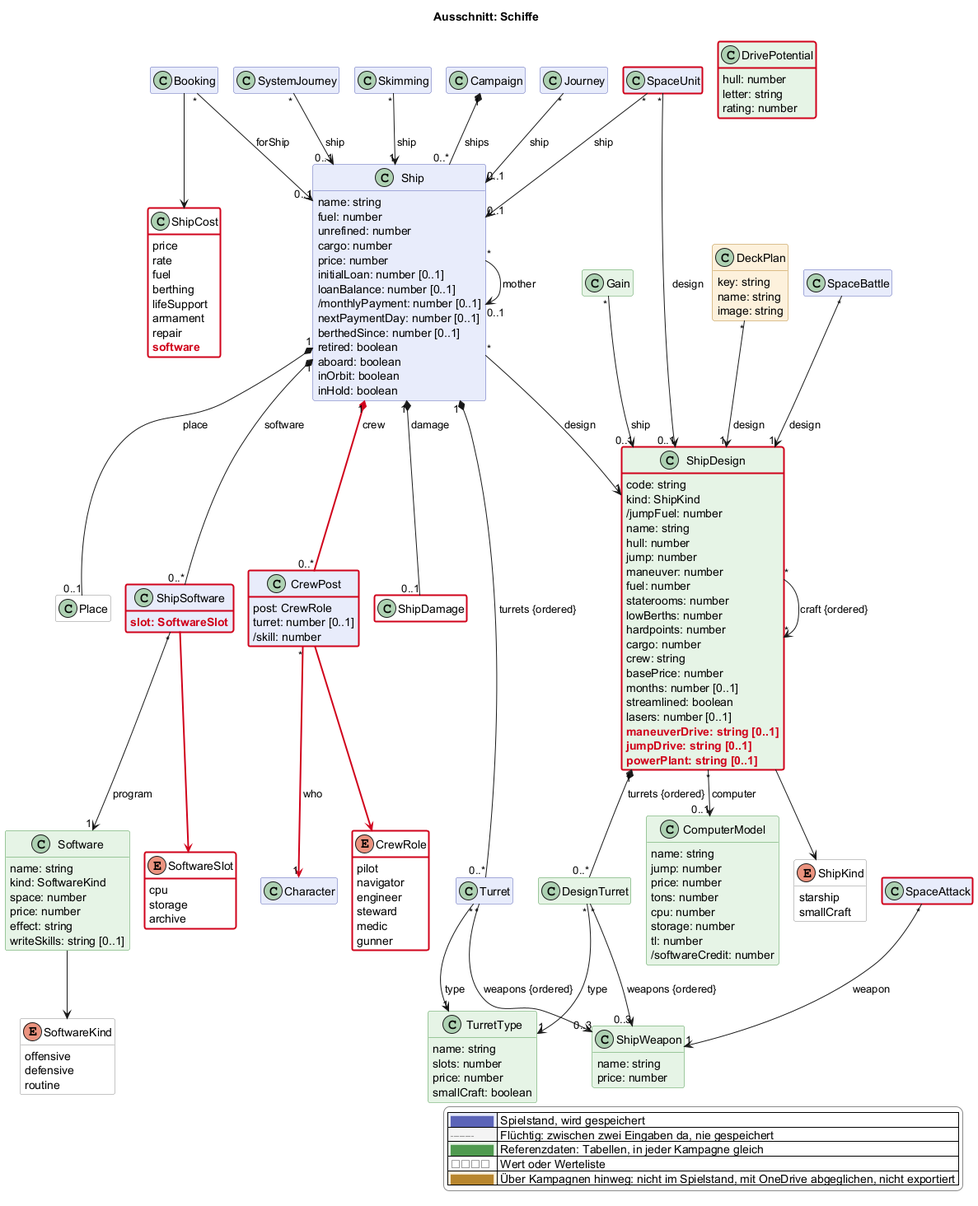
The PlantUML diagram docs/views/schiffe.png in scuzzar/SRE, before a commit.
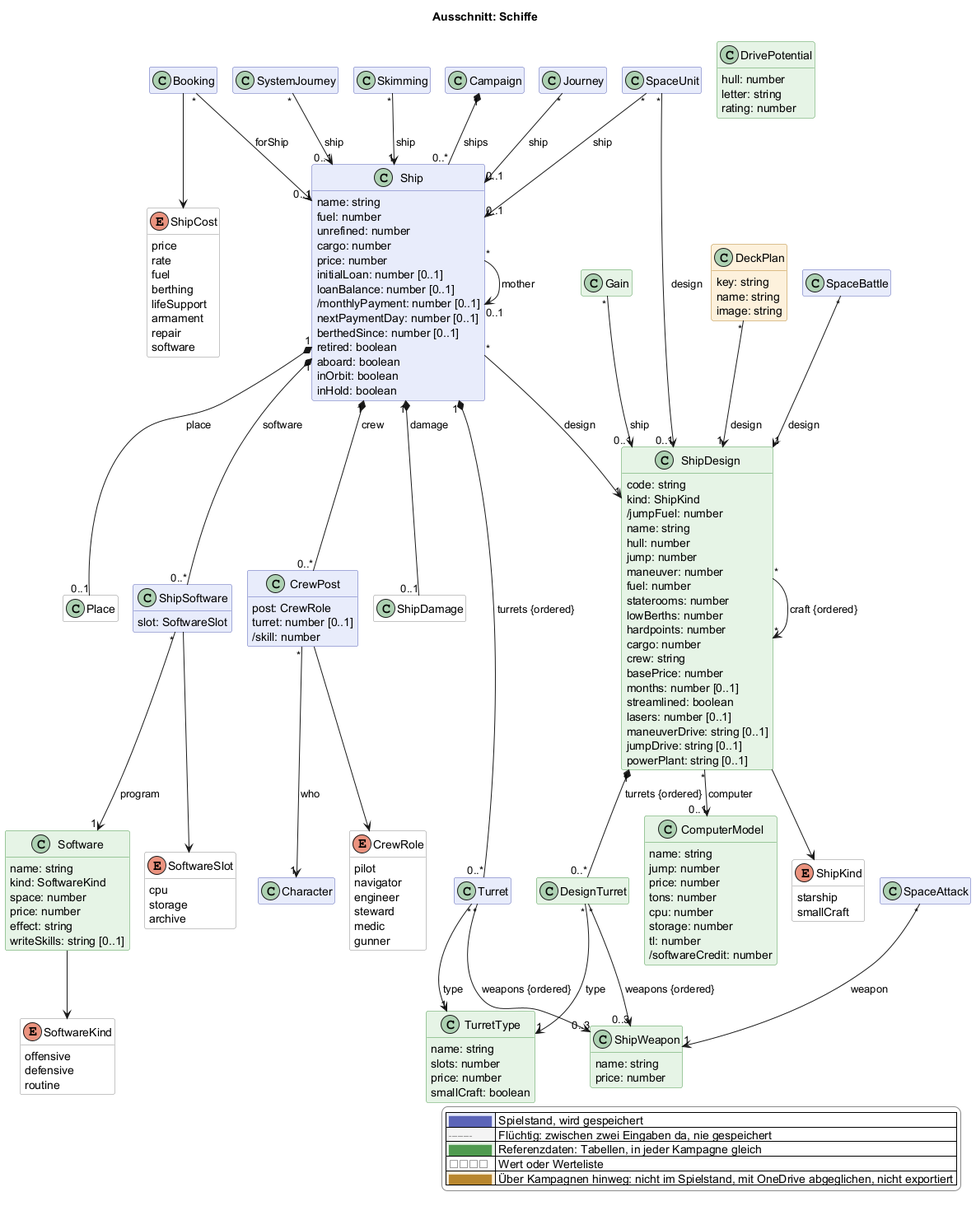
After the change.

What changed in the source:
```diff
@@ -97,22 +97,22 @@
     lifeSupport
     armament
     repair
-    $new("2026-11-22d", "software")
+    software
   }
   class ShipSoftware $schiffe {
-    $new("2026-11-22d", "slot: SoftwareSlot")
+    slot: SoftwareSlot
   }
-  enum SoftwareSlot <<value>> $schiffe $newClass("2026-11-22d") {
+  enum SoftwareSlot <<value>> $schiffe {
     cpu
     storage
     archive
   }
-  class CrewPost $schiffe $newClass("2026-11-22d") {
+  class CrewPost $schiffe {
     post: CrewRole
     turret: number [0..1]
     /skill: number
   }
-  enum CrewRole <<value>> $schiffe $newClass("2026-11-22d") {
+  enum CrewRole <<value>> $schiffe {
     pilot
     navigator
     engineer
@@ -120,7 +120,7 @@
     medic
     gunner
   }
-  class DrivePotential <<reference>> $schiffe $newClass("2026-11-22d") {
+  class DrivePotential <<reference>> $schiffe {
     hull: number
     letter: string
     rating: number
@@ -157,9 +157,9 @@
     months: number [0..1]
     streamlined: boolean
     lasers: number [0..1]
-    $new("2026-11-22d", "maneuverDrive: string [0..1]")
-    $new("2026-11-22d", "jumpDrive: string [0..1]")
-    $new("2026-11-22d", "powerPlant: string [0..1]")
+    maneuverDrive: string [0..1]
+    jumpDrive: string [0..1]
+    powerPlant: string [0..1]
   }
   enum ShipKind <<value>> $schiffe {
     starship
@@ -217,10 +217,10 @@
 Ship "1" *-- "0..*" ShipSoftware : software
 Ship "1" *-- "0..1" Place : place
 ShipSoftware "*" --> "1" Software : program
-ShipSoftware -$newArrow("2026-11-22d")-> SoftwareSlot
-Ship "1" *-$newArrow("2026-11-22d")- "0..*" CrewPost : crew
-CrewPost "*" -$newArrow("2026-11-22d")-> "1" Character : who
-CrewPost -$newArrow("2026-11-22d")-> CrewRole
+ShipSoftware --> SoftwareSlot
+Ship "1" *-- "0..*" CrewPost : crew
+CrewPost "*" --> "1" Character : who
+CrewPost --> CrewRole
 Ship "1" *-- "0..*" Turret : turrets {ordered}
 Turret "*" --> "1" TurretType : type
 Turret "*" --> "0..3" ShipWeapon : weapons {ordered}
@@ -265,10 +265,4 @@
   |<#ffffff> <color:#8a8a8a>□□□□</color> | Wert oder Werteliste |
   |<#fdf1dc> <color:#b8862e>████</color> | Über Kampagnen hinweg: nicht im Spielstand, mit OneDrive abgeglichen, nicht exportiert |
 endlegend
-class ShipCost #line:d0021b;line.bold
-class ShipSoftware #line:d0021b;line.bold
-class ShipDesign #line:d0021b;line.bold
-class ShipDamage #line:d0021b;line.bold
-class SpaceAttack #line:d0021b;line.bold
-class SpaceUnit #line:d0021b;line.bold
 @enduml
```
